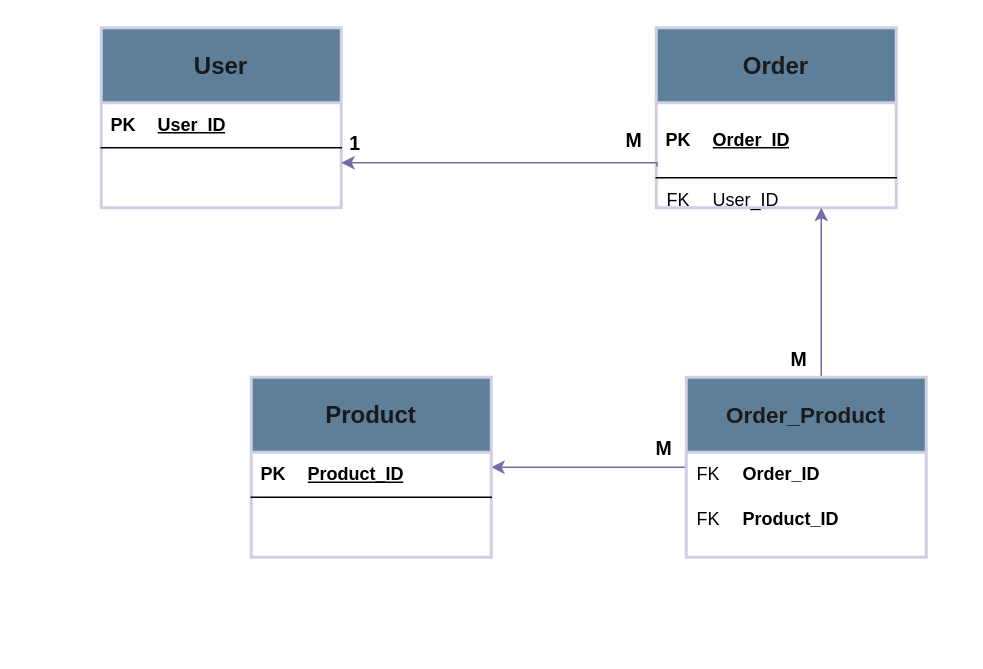
The draw.io diagram ERD_Projet.drawio in Seaalma/Intro_to_DB, before the edit. Source tidied: cells renumbered, new cells numbered last; positions are measured from the earlier drawing's top-left corner, leaving out a move shared by most shapes. Both pictures are drawn from the tidied source at 150%, with x=0, y=0 at pixel (100, 27).
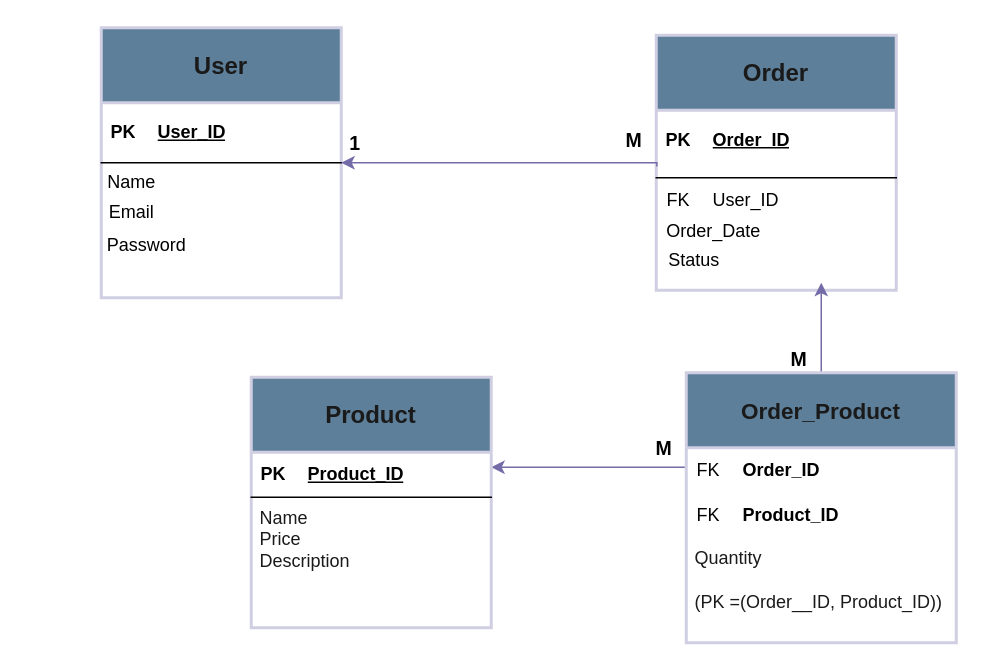
After the change.

Commit message (it also covers changes not shown here):
Mettre à jour ERD_Projet.drawio

Diff of the diagram source:
```diff
@@
     <mxCell id="2" value="User" style="swimlane;horizontal=1;startSize=50;rounded=0;fontSize=16;fontStyle=1;strokeWidth=2;shadow=0;dashed=0;align=center;arcSize=4;whiteSpace=wrap;html=1;labelBackgroundColor=none;fillColor=#5D7F99;strokeColor=#D0CEE2;fontColor=#1A1A1A;" parent="1" vertex="1">
-      <mxGeometry width="160" height="120" as="geometry" />
+      <mxGeometry width="160" height="180" as="geometry" />
     </mxCell>
     <mxCell id="3" style="shape=table;startSize=0;childLayout=tableLayout;rowLines=0;fontStyle=0;align=center;strokeColor=none;fillColor=none;" parent="2" vertex="1">
-      <mxGeometry y="50" width="160" height="30" as="geometry" />
+      <mxGeometry y="50" width="160" height="130" as="geometry" />
     </mxCell>
     <mxCell id="4" style="shape=tableRow;horizontal=0;startSize=0;swimlaneHead=0;swimlaneBody=0;fillColor=none;top=0;left=0;right=0;bottom=1;" parent="3" vertex="1">
-      <mxGeometry width="160" height="30" as="geometry" />
+      <mxGeometry width="160" height="40" as="geometry" />
     </mxCell>
     <mxCell id="5" value="PK" style="shape=partialRectangle;fillColor=none;top=0;left=0;bottom=0;right=0;fontStyle=1;overflow=hidden;whiteSpace=wrap;html=1;" parent="4" vertex="1">
-      <mxGeometry width="30" height="30" as="geometry" />
+      <mxGeometry width="30" height="40" as="geometry" />
     </mxCell>
     <mxCell id="6" value="User_ID" style="shape=partialRectangle;fillColor=none;top=0;left=0;bottom=0;right=0;align=left;spacingLeft=6;fontStyle=5;overflow=hidden;whiteSpace=wrap;html=1;" parent="4" vertex="1">
-      <mxGeometry x="30" width="130" height="30" as="geometry" />
+      <mxGeometry x="30" width="130" height="40" as="geometry" />
     </mxCell>
-    <mxCell id="7" value="&lt;div&gt;&lt;br&gt;&lt;/div&gt;" style="text;html=1;align=center;verticalAlign=middle;strokeColor=none;fillColor=none;labelBackgroundColor=none;fontColor=#1A1A1A;rounded=0;" parent="2" vertex="1">
-      <mxGeometry y="80" width="160" height="40" as="geometry" />
-    </mxCell>
     <mxCell id="8" value="Order" style="swimlane;horizontal=1;startSize=50;rounded=0;fontSize=16;fontStyle=1;strokeWidth=2;shadow=0;dashed=0;align=center;arcSize=4;whiteSpace=wrap;html=1;labelBackgroundColor=none;fillColor=#5D7F99;strokeColor=#D0CEE2;fontColor=#1A1A1A;" parent="1" vertex="1">
-      <mxGeometry x="370" width="160" height="120" as="geometry" />
+      <mxGeometry x="370" y="5" width="160" height="170" as="geometry" />
     </mxCell>
-    <mxCell id="9" style="shape=table;startSize=0;childLayout=tableLayout;rowLines=0;fontStyle=0;align=center;strokeColor=none;fillColor=none;" parent="8" vertex="1">
-      <mxGeometry y="50" width="160" height="80" as="geometry" />
-    </mxCell>
-    <mxCell id="10" style="shape=tableRow;horizontal=0;startSize=0;swimlaneHead=0;swimlaneBody=0;fillColor=none;top=0;left=0;right=0;bottom=1;" parent="9" vertex="1">
-      <mxGeometry width="160" height="50" as="geometry" />
-    </mxCell>
-    <mxCell id="11" value="PK" style="shape=partialRectangle;fillColor=none;top=0;left=0;bottom=0;right=0;fontStyle=1;overflow=hidden;whiteSpace=wrap;html=1;" parent="10" vertex="1">
-      <mxGeometry width="30" height="50" as="geometry" />
-    </mxCell>
-    <mxCell id="12" value="Order_ID" style="shape=partialRectangle;fillColor=none;top=0;left=0;bottom=0;right=0;align=left;spacingLeft=6;fontStyle=5;overflow=hidden;whiteSpace=wrap;html=1;" parent="10" vertex="1">
-      <mxGeometry x="30" width="130" height="50" as="geometry" />
-    </mxCell>
-    <mxCell id="13" style="shape=tableRow;horizontal=0;startSize=0;swimlaneHead=0;swimlaneBody=0;fillColor=none;top=0;left=0;right=0;bottom=0;" parent="9" vertex="1">
-      <mxGeometry y="50" width="160" height="30" as="geometry" />
-    </mxCell>
-    <mxCell id="14" value="FK" style="shape=partialRectangle;fillColor=none;top=0;left=0;bottom=0;right=0;fontStyle=0;overflow=hidden;whiteSpace=wrap;html=1;" parent="13" vertex="1">
-      <mxGeometry width="30" height="30" as="geometry" />
-    </mxCell>
-    <mxCell id="15" value="User_ID" style="shape=partialRectangle;fillColor=none;top=0;left=0;bottom=0;right=0;align=left;spacingLeft=6;fontStyle=0;overflow=hidden;whiteSpace=wrap;html=1;" parent="13" vertex="1">
-      <mxGeometry x="30" width="130" height="30" as="geometry" />
-    </mxCell>
-    <mxCell id="16" style="edgeStyle=orthogonalEdgeStyle;rounded=0;jettySize=auto;html=1;labelBackgroundColor=none;strokeColor=#736CA8;fontColor=default;" parent="1" edge="1" source="18">
+    <mxCell id="16" style="edgeStyle=orthogonalEdgeStyle;rounded=0;orthogonalLoop=1;jettySize=auto;html=1;labelBackgroundColor=none;strokeColor=#736CA8;fontColor=default;" parent="1" edge="1">
       <mxGeometry relative="1" as="geometry">
-        <mxPoint x="480" y="120" as="targetPoint" />
+        <mxPoint x="480" y="230" as="sourcePoint" />
+        <mxPoint x="480" y="170" as="targetPoint" />
         <Array as="points">
-          <mxPoint x="480" y="140" />
-          <mxPoint x="480" y="140" />
+          <mxPoint x="480" y="182" />
         </Array>
       </mxGeometry>
     </mxCell>
@@
     <mxCell id="18" value="Order_Product" style="swimlane;horizontal=1;startSize=50;rounded=0;fontSize=15;fontStyle=1;strokeWidth=2;shadow=0;dashed=0;align=center;arcSize=4;whiteSpace=wrap;html=1;labelBackgroundColor=none;fillColor=#5D7F99;strokeColor=#D0CEE2;fontColor=#1A1A1A;" parent="1" vertex="1">
-      <mxGeometry x="390" y="233" width="160" height="120" as="geometry" />
+      <mxGeometry x="390" y="230" width="180" height="180" as="geometry" />
     </mxCell>
     <mxCell id="19" style="shape=table;startSize=0;childLayout=tableLayout;rowLines=0;fontStyle=1;align=center;strokeColor=none;fillColor=none;" parent="18" vertex="1">
-      <mxGeometry y="50" width="160" height="30" as="geometry" />
+      <mxGeometry y="50" width="180" height="30" as="geometry" />
     </mxCell>
     <mxCell id="20" style="shape=tableRow;horizontal=0;startSize=0;swimlaneHead=0;swimlaneBody=0;fillColor=none;top=0;left=0;right=0;bottom=0;" parent="19" vertex="1">
-      <mxGeometry width="160" height="30" as="geometry" />
+      <mxGeometry width="180" height="30" as="geometry" />
     </mxCell>
@@
     <mxCell id="22" value="Order_ID" style="shape=partialRectangle;fillColor=none;top=0;left=0;bottom=0;right=0;align=left;spacingLeft=6;fontStyle=1;overflow=hidden;whiteSpace=wrap;html=1;" parent="20" vertex="1">
-      <mxGeometry x="30" width="130" height="30" as="geometry" />
+      <mxGeometry x="30" width="150" height="30" as="geometry" />
     </mxCell>
     <mxCell id="23" style="shape=table;startSize=0;childLayout=tableLayout;rowLines=0;fontStyle=0;align=center;strokeColor=none;fillColor=none;" parent="18" vertex="1">
-      <mxGeometry y="80" width="160" height="30" as="geometry" />
+      <mxGeometry y="80" width="180" height="30" as="geometry" />
     </mxCell>
     <mxCell id="24" style="shape=tableRow;horizontal=0;startSize=0;swimlaneHead=0;swimlaneBody=0;fillColor=none;top=0;left=0;right=0;bottom=0;" parent="23" vertex="1">
-      <mxGeometry width="160" height="30" as="geometry" />
+      <mxGeometry width="180" height="30" as="geometry" />
     </mxCell>
@@
     <mxCell id="26" value="&lt;b&gt;Product_ID&lt;/b&gt;" style="shape=partialRectangle;fillColor=none;top=0;left=0;bottom=0;right=0;align=left;spacingLeft=6;fontStyle=0;overflow=hidden;whiteSpace=wrap;html=1;" parent="24" vertex="1">
-      <mxGeometry x="30" width="130" height="30" as="geometry" />
+      <mxGeometry x="30" width="150" height="30" as="geometry" />
     </mxCell>
-    <mxCell id="27" value="&lt;div&gt;&lt;br&gt;&lt;/div&gt;" style="align=left;strokeColor=none;fillColor=none;spacingLeft=4;spacingRight=4;fontSize=12;verticalAlign=top;html=1;whiteSpace=wrap;labelBackgroundColor=none;fontColor=#1A1A1A;rounded=0;" parent="18" vertex="1">
-      <mxGeometry y="110" width="160" height="10" as="geometry" />
+    <mxCell id="27" value="Quantity&lt;div&gt;&lt;br&gt;&lt;div&gt;&lt;div&gt;(PK =(Order__ID, Product_ID))&lt;/div&gt;&lt;/div&gt;&lt;/div&gt;" style="align=left;strokeColor=none;fillColor=none;spacingLeft=4;spacingRight=4;fontSize=12;verticalAlign=top;html=1;whiteSpace=wrap;labelBackgroundColor=none;fontColor=#1A1A1A;rounded=0;" parent="18" vertex="1">
+      <mxGeometry y="110" width="180" height="70" as="geometry" />
     </mxCell>
     <mxCell id="28" value="Product" style="swimlane;horizontal=1;startSize=50;rounded=0;fontSize=16;fontStyle=1;strokeWidth=2;shadow=0;dashed=0;align=center;arcSize=4;whiteSpace=wrap;html=1;labelBackgroundColor=none;fillColor=#5D7F99;strokeColor=#D0CEE2;fontColor=#1A1A1A;" parent="1" vertex="1">
-      <mxGeometry x="100" y="233" width="160" height="120" as="geometry" />
+      <mxGeometry x="100" y="233" width="160" height="167" as="geometry" />
     </mxCell>
@@
-    <mxCell id="33" value="&lt;div&gt;&lt;br&gt;&lt;/div&gt;" style="align=left;strokeColor=none;fillColor=none;spacingLeft=4;spacingRight=4;fontSize=12;verticalAlign=top;html=1;whiteSpace=wrap;labelBackgroundColor=none;fontColor=#1A1A1A;rounded=0;" parent="28" vertex="1">
-      <mxGeometry y="80" width="160" height="40" as="geometry" />
+    <mxCell id="33" value="Name&lt;div&gt;Price&lt;/div&gt;&lt;div&gt;Description&lt;/div&gt;" style="align=left;strokeColor=none;fillColor=none;spacingLeft=4;spacingRight=4;fontSize=12;verticalAlign=top;html=1;whiteSpace=wrap;labelBackgroundColor=none;fontColor=#1A1A1A;rounded=0;" parent="28" vertex="1">
+      <mxGeometry y="80" width="160" height="87" as="geometry" />
     </mxCell>
@@
+    <mxCell id="39" style="shape=table;startSize=0;childLayout=tableLayout;rowLines=0;fontStyle=0;align=center;strokeColor=none;fillColor=none;whiteSpace=wrap;html=1;" parent="1" vertex="1">
+      <mxGeometry x="220" y="170" width="180" height="30" as="geometry" />
+    </mxCell>
+    <mxCell id="40" style="shape=tableRow;horizontal=0;startSize=0;swimlaneHead=0;swimlaneBody=0;fillColor=none;top=0;left=0;right=0;bottom=0;" parent="39" vertex="1">
+      <mxGeometry width="180" height="30" as="geometry" />
+    </mxCell>
+    <mxCell id="41" style="shape=partialRectangle;fillColor=none;top=0;left=0;bottom=0;right=0;overflow=hidden;" parent="40" vertex="1">
+      <mxGeometry width="30" height="30" as="geometry" />
+    </mxCell>
+    <mxCell id="42" style="shape=partialRectangle;fillColor=none;top=0;left=0;bottom=0;right=0;align=left;spacingLeft=6;overflow=hidden;" parent="40" vertex="1">
+      <mxGeometry x="30" width="150" height="30" as="geometry" />
+    </mxCell>
+    <mxCell id="43" value="Name" style="text;html=1;align=center;verticalAlign=middle;strokeColor=none;fillColor=none;" parent="1" vertex="1">
+      <mxGeometry x="-10" y="88" width="60" height="30" as="geometry" />
+    </mxCell>
+    <mxCell id="44" value="Email" style="text;html=1;align=center;verticalAlign=middle;strokeColor=none;fillColor=none;" parent="1" vertex="1">
+      <mxGeometry x="-5" y="108" width="50" height="30" as="geometry" />
+    </mxCell>
+    <mxCell id="45" value="Password" style="text;html=1;align=center;verticalAlign=middle;strokeColor=none;fillColor=none;" parent="1" vertex="1">
+      <mxGeometry x="-50" y="144" width="160" as="geometry" />
+    </mxCell>
+    <mxCell id="9" style="shape=table;startSize=0;childLayout=tableLayout;rowLines=0;fontStyle=0;align=center;strokeColor=none;fillColor=none;" parent="1" vertex="1">
+      <mxGeometry x="370" y="50" width="160" height="120" as="geometry" />
+    </mxCell>
+    <mxCell id="10" style="shape=tableRow;horizontal=0;startSize=0;swimlaneHead=0;swimlaneBody=0;fillColor=none;top=0;left=0;right=0;bottom=1;" parent="9" vertex="1">
+      <mxGeometry width="160" height="50" as="geometry" />
+    </mxCell>
+    <mxCell id="11" value="PK" style="shape=partialRectangle;fillColor=none;top=0;left=0;bottom=0;right=0;fontStyle=1;overflow=hidden;whiteSpace=wrap;html=1;" parent="10" vertex="1">
+      <mxGeometry width="30" height="50" as="geometry" />
+    </mxCell>
+    <mxCell id="12" value="Order_ID" style="shape=partialRectangle;fillColor=none;top=0;left=0;bottom=0;right=0;align=left;spacingLeft=6;fontStyle=5;overflow=hidden;whiteSpace=wrap;html=1;" parent="10" vertex="1">
+      <mxGeometry x="30" width="130" height="50" as="geometry" />
+    </mxCell>
+    <mxCell id="13" style="shape=tableRow;horizontal=0;startSize=0;swimlaneHead=0;swimlaneBody=0;fillColor=none;top=0;left=0;right=0;bottom=0;" parent="9" vertex="1">
+      <mxGeometry y="50" width="160" height="30" as="geometry" />
+    </mxCell>
+    <mxCell id="14" value="FK" style="shape=partialRectangle;fillColor=none;top=0;left=0;bottom=0;right=0;fontStyle=0;overflow=hidden;whiteSpace=wrap;html=1;" parent="13" vertex="1">
+      <mxGeometry width="30" height="30" as="geometry" />
+    </mxCell>
+    <mxCell id="15" value="User_ID" style="shape=partialRectangle;fillColor=none;top=0;left=0;bottom=0;right=0;align=left;spacingLeft=6;fontStyle=0;overflow=hidden;whiteSpace=wrap;html=1;" parent="13" vertex="1">
+      <mxGeometry x="30" width="130" height="30" as="geometry" />
+    </mxCell>
+    <mxCell id="46" value="Order_Date" style="text;html=1;align=center;verticalAlign=middle;strokeColor=none;fillColor=none;fontSize=12;" parent="1" vertex="1">
+      <mxGeometry x="363" y="121" width="90" height="30" as="geometry" />
+    </mxCell>
+    <mxCell id="47" value="Status" style="text;html=1;align=center;verticalAlign=middle;strokeColor=none;fillColor=none;" parent="1" vertex="1">
+      <mxGeometry x="365" y="140" width="60" height="30" as="geometry" />
+    </mxCell>
```
